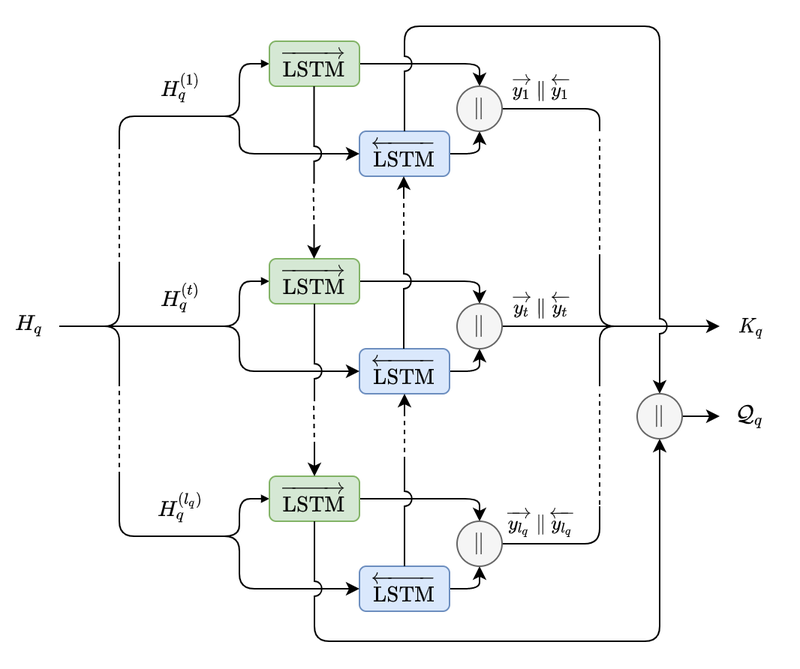
Before: figures/bilstm.png, a diagram exported from draw.io (alexmirrington/honours-thesis). Source tidied: cells renumbered, new cells last; positions are measured from the earlier drawing's top-left corner, leaving out a move shared by most shapes.
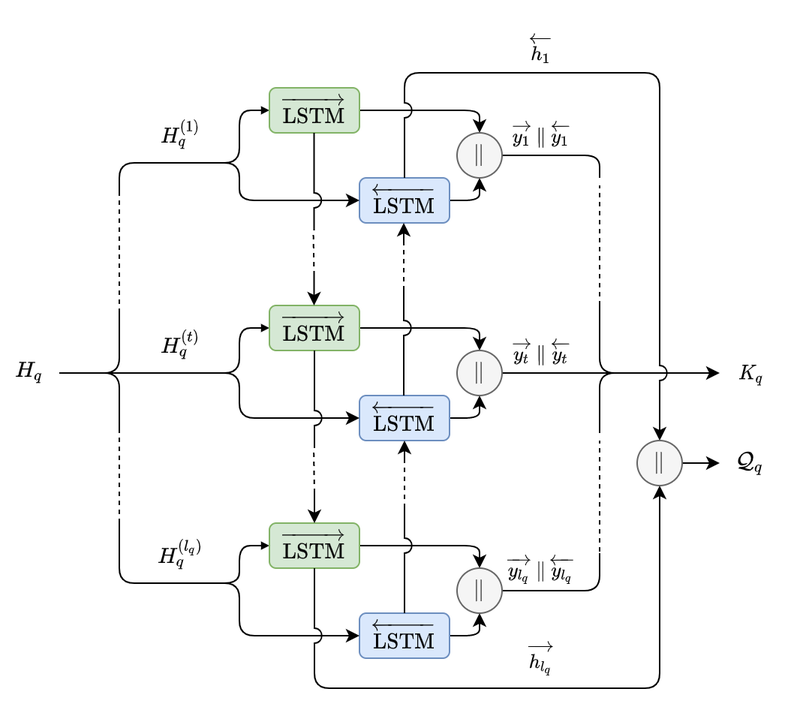
The same file after the commit.

The edit, as a diff of the source:
```diff
@@ -153,6 +153,11 @@
         </Array>
       </mxGeometry>
     </mxCell>
+    <mxCell id="57" value="$$\overrightarrow{h_{l_q}}$$" style="edgeLabel;html=1;align=center;verticalAlign=middle;labelBackgroundColor=none;" parent="28" vertex="1">
+      <mxGeometry x="-0.52" y="1" relative="1" as="geometry">
+        <mxPoint x="124" y="-19" as="offset" />
+      </mxGeometry>
+    </mxCell>
     <mxCell id="29" style="edgeStyle=orthogonalEdgeStyle;rounded=1;jettySize=auto;html=1;exitX=1;exitY=0.5;exitDx=0;exitDy=0;entryX=0.5;entryY=1;entryDx=0;entryDy=0;" parent="1" edge="1" source="30" target="35">
       <mxGeometry relative="1" as="geometry" />
     </mxCell>
@@ -200,6 +205,11 @@
         </Array>
       </mxGeometry>
     </mxCell>
+    <mxCell id="58" value="$$\overleftarrow{h_{1}}$$&amp;nbsp;" style="edgeLabel;html=1;align=center;verticalAlign=middle;labelBackgroundColor=none;" parent="37" vertex="1">
+      <mxGeometry x="-0.33" y="3" relative="1" as="geometry">
+        <mxPoint x="-2" y="-7" as="offset" />
+      </mxGeometry>
+    </mxCell>
     <mxCell id="38" style="endArrow=none;dashed=1;html=1;" parent="1" edge="1">
       <mxGeometry relative="1" as="geometry">
         <mxPoint x="40" y="300" as="sourcePoint" />
```
